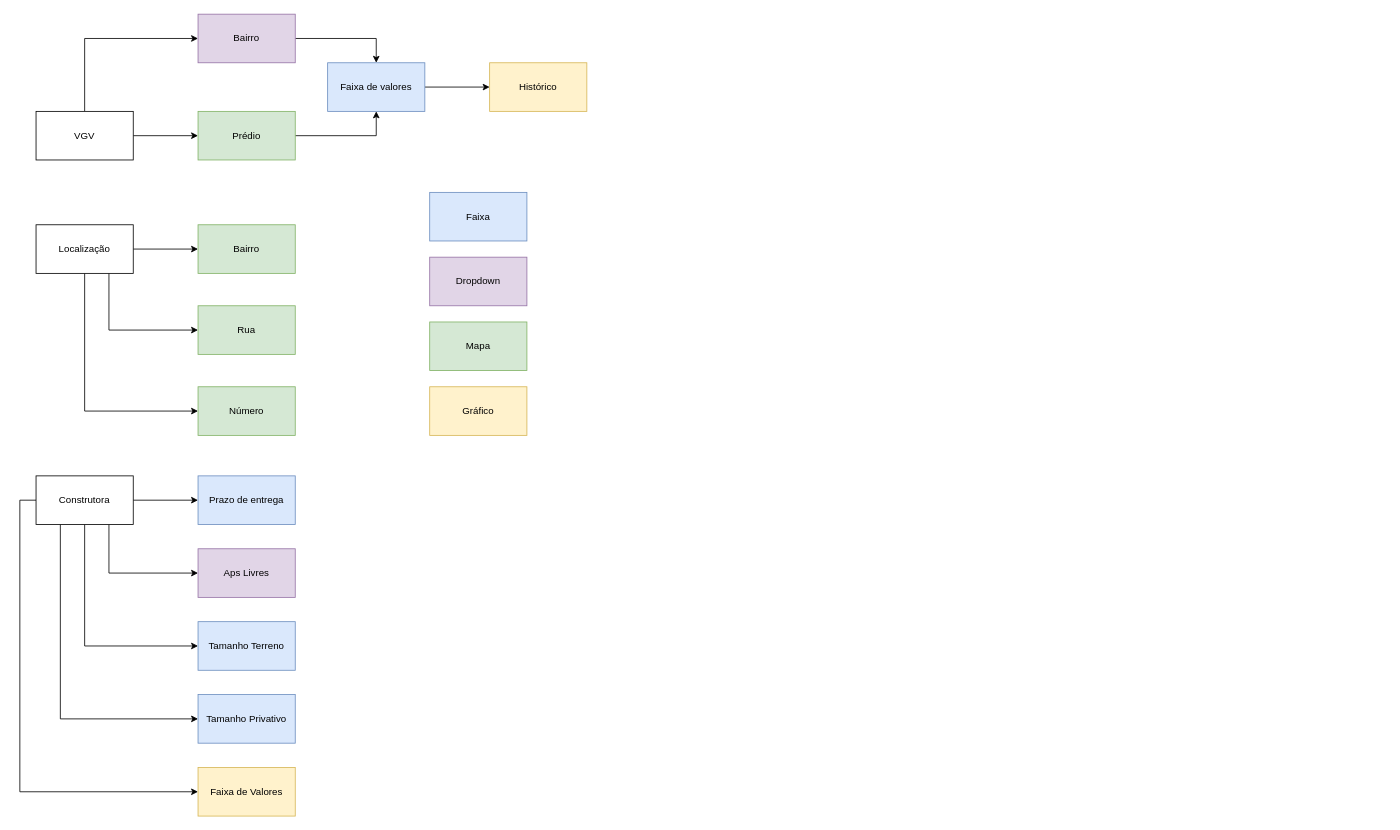
The draw.io diagram Diagrama sem nome.drawio in gabriel-kasten/Acto, before the edit. Source tidied: cells renumbered, new cells numbered last; positions are measured from the earlier drawing's top-left corner, leaving out a move shared by most shapes. Both pictures are drawn from the tidied source at 81%, with x=0, y=0 at pixel (36, 14).
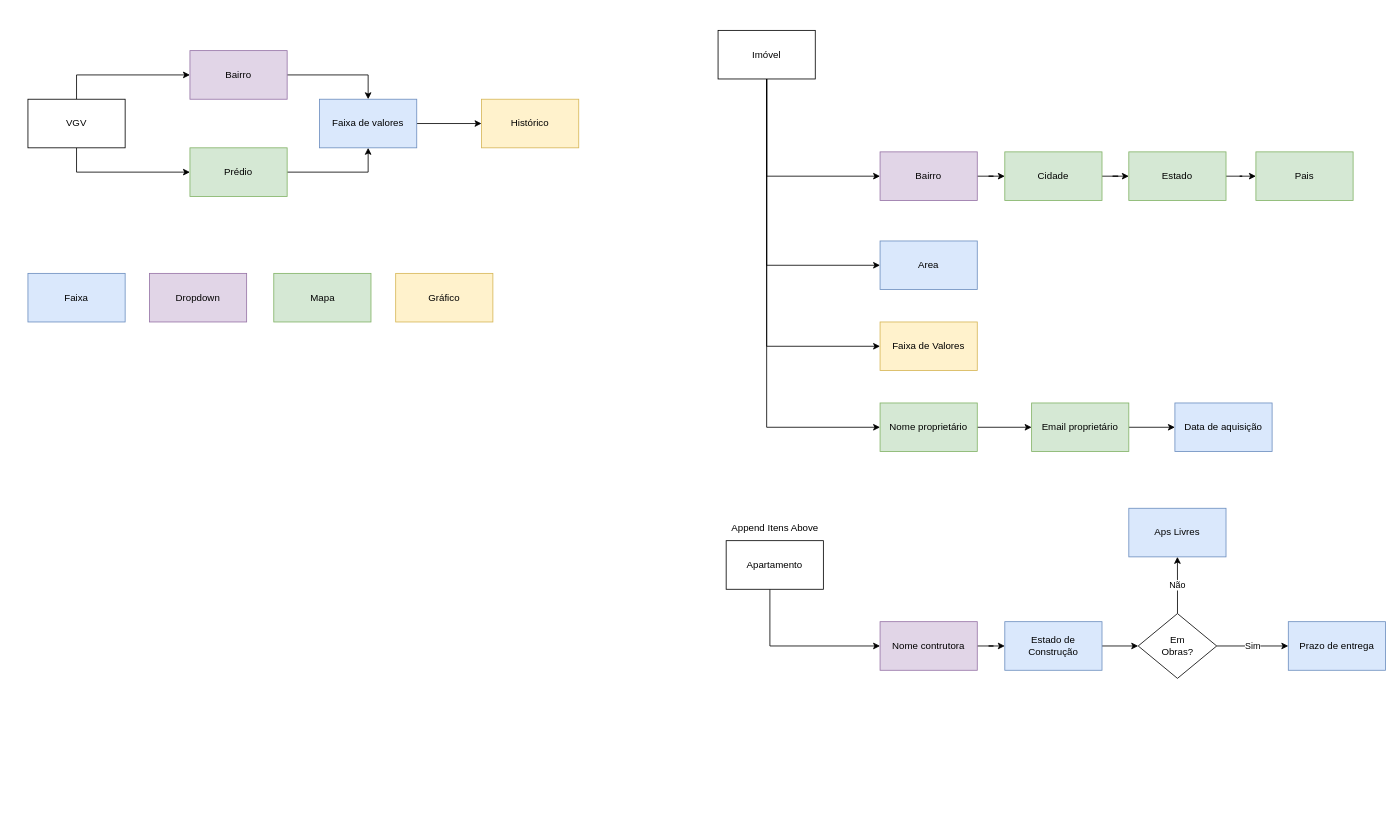
The same diagram, later.

The edit, as a diff of the source:
```diff
@@
-    <mxCell id="2" style="edgeStyle=orthogonalEdgeStyle;rounded=0;jettySize=auto;html=1;" parent="1" edge="1" source="4" target="6">
+    <mxCell id="2" style="edgeStyle=orthogonalEdgeStyle;rounded=0;jettySize=auto;html=1;exitX=0.5;exitY=1;exitDx=0;exitDy=0;" parent="1" edge="1" source="4" target="6">
       <mxGeometry relative="1" as="geometry" />
     </mxCell>
     <mxCell id="3" style="edgeStyle=orthogonalEdgeStyle;rounded=0;jettySize=auto;html=1;entryX=0;entryY=0.5;entryDx=0;entryDy=0;" parent="1" edge="1" source="4" target="8">
       <mxGeometry relative="1" as="geometry">
         <Array as="points">
-          <mxPoint x="60" y="30" />
+          <mxPoint x="50" y="75" />
         </Array>
       </mxGeometry>
     </mxCell>
     <mxCell id="4" value="VGV" style="rounded=0;whiteSpace=wrap;html=1;" parent="1" vertex="1">
-      <mxGeometry y="120" width="120" height="60" as="geometry" />
+      <mxGeometry x="-10" y="105" width="120" height="60" as="geometry" />
     </mxCell>
@@
     <mxCell id="6" value="Prédio" style="rounded=0;whiteSpace=wrap;html=1;fillColor=#d5e8d4;strokeColor=#82b366;" parent="1" vertex="1">
-      <mxGeometry x="200" y="120" width="120" height="60" as="geometry" />
+      <mxGeometry x="190" y="165" width="120" height="60" as="geometry" />
     </mxCell>
@@
     <mxCell id="8" value="Bairro" style="rounded=0;whiteSpace=wrap;html=1;fillColor=#e1d5e7;strokeColor=#9673a6;" parent="1" vertex="1">
-      <mxGeometry x="200" width="120" height="60" as="geometry" />
+      <mxGeometry x="190" y="45" width="120" height="60" as="geometry" />
     </mxCell>
-    <mxCell id="9" style="edgeStyle=orthogonalEdgeStyle;rounded=0;jettySize=auto;html=1;" parent="1" edge="1" source="12" target="13">
-      <mxGeometry relative="1" as="geometry" />
+    <mxCell id="9" style="edgeStyle=orthogonalEdgeStyle;rounded=0;jettySize=auto;html=1;exitX=0.5;exitY=1;exitDx=0;exitDy=0;" parent="1" edge="1" source="12" target="13">
+      <mxGeometry relative="1" as="geometry">
+        <Array as="points">
+          <mxPoint x="902" y="200" />
+        </Array>
+      </mxGeometry>
     </mxCell>
-    <mxCell id="10" style="edgeStyle=orthogonalEdgeStyle;rounded=0;jettySize=auto;html=1;exitX=0.75;exitY=1;exitDx=0;exitDy=0;entryX=0;entryY=0.5;entryDx=0;entryDy=0;" parent="1" edge="1" source="12" target="14">
-      <mxGeometry relative="1" as="geometry" />
-    </mxCell>
-    <mxCell id="11" style="edgeStyle=orthogonalEdgeStyle;rounded=0;jettySize=auto;html=1;exitX=0.5;exitY=1;exitDx=0;exitDy=0;entryX=0;entryY=0.5;entryDx=0;entryDy=0;" parent="1" edge="1" source="12" target="15">
-      <mxGeometry relative="1" as="geometry" />
-    </mxCell>
+    <mxCell id="34" style="edgeStyle=orthogonalEdgeStyle;rounded=0;jettySize=auto;html=1;exitX=0.5;exitY=1;exitDx=0;exitDy=0;entryX=0;entryY=0.5;entryDx=0;entryDy=0;" parent="1" edge="1" source="12" target="38">
+      <mxGeometry relative="1" as="geometry" />
+    </mxCell>
+    <mxCell id="35" style="edgeStyle=orthogonalEdgeStyle;rounded=0;jettySize=auto;html=1;exitX=0.5;exitY=1;exitDx=0;exitDy=0;entryX=0;entryY=0.5;entryDx=0;entryDy=0;" parent="1" edge="1" source="12" target="28">
+      <mxGeometry relative="1" as="geometry" />
+    </mxCell>
+    <mxCell id="36" style="edgeStyle=orthogonalEdgeStyle;rounded=0;jettySize=auto;html=1;exitX=0.5;exitY=1;exitDx=0;exitDy=0;entryX=0;entryY=0.5;entryDx=0;entryDy=0;" parent="1" edge="1" source="12" target="40">
+      <mxGeometry relative="1" as="geometry" />
+    </mxCell>
-    <mxCell id="12" value="Localização" style="rounded=0;whiteSpace=wrap;html=1;" parent="1" vertex="1">
-      <mxGeometry y="260" width="120" height="60" as="geometry" />
+    <mxCell id="12" value="Imóvel" style="rounded=0;whiteSpace=wrap;html=1;" parent="1" vertex="1">
+      <mxGeometry x="842" y="20" width="120" height="60" as="geometry" />
     </mxCell>
+    <mxCell id="37" style="edgeStyle=orthogonalEdgeStyle;rounded=0;jettySize=auto;html=1;" parent="1" edge="1" source="13" target="43">
+      <mxGeometry relative="1" as="geometry" />
+    </mxCell>
-    <mxCell id="13" value="Bairro" style="rounded=0;whiteSpace=wrap;html=1;fillColor=#d5e8d4;strokeColor=#82b366;" parent="1" vertex="1">
-      <mxGeometry x="200" y="260" width="120" height="60" as="geometry" />
+    <mxCell id="13" value="Bairro" style="rounded=0;whiteSpace=wrap;html=1;fillColor=#e1d5e7;strokeColor=#9673a6;" parent="1" vertex="1">
+      <mxGeometry x="1042" y="170" width="120" height="60" as="geometry" />
     </mxCell>
-    <mxCell id="14" value="Rua" style="rounded=0;whiteSpace=wrap;html=1;fillColor=#d5e8d4;strokeColor=#82b366;" parent="1" vertex="1">
-      <mxGeometry x="200" y="360" width="120" height="60" as="geometry" />
-    </mxCell>
-    <mxCell id="15" value="Número" style="rounded=0;whiteSpace=wrap;html=1;fillColor=#d5e8d4;strokeColor=#82b366;" parent="1" vertex="1">
-      <mxGeometry x="200" y="460" width="120" height="60" as="geometry" />
-    </mxCell>
@@
     <mxCell id="17" value="Faixa de valores" style="rounded=0;whiteSpace=wrap;html=1;fillColor=#dae8fc;strokeColor=#6c8ebf;" parent="1" vertex="1">
-      <mxGeometry x="360" y="60" width="120" height="60" as="geometry" />
+      <mxGeometry x="350" y="105" width="120" height="60" as="geometry" />
     </mxCell>
-    <mxCell id="18" style="edgeStyle=orthogonalEdgeStyle;rounded=0;jettySize=auto;html=1;" parent="1" edge="1" source="23" target="24">
-      <mxGeometry relative="1" as="geometry" />
-    </mxCell>
-    <mxCell id="19" style="edgeStyle=orthogonalEdgeStyle;rounded=0;jettySize=auto;html=1;exitX=0.75;exitY=1;exitDx=0;exitDy=0;entryX=0;entryY=0.5;entryDx=0;entryDy=0;" parent="1" edge="1" source="23" target="25">
-      <mxGeometry relative="1" as="geometry" />
-    </mxCell>
-    <mxCell id="20" style="edgeStyle=orthogonalEdgeStyle;rounded=0;jettySize=auto;html=1;exitX=0.5;exitY=1;exitDx=0;exitDy=0;entryX=0;entryY=0.5;entryDx=0;entryDy=0;" parent="1" edge="1" source="23" target="26">
-      <mxGeometry relative="1" as="geometry" />
-    </mxCell>
-    <mxCell id="21" style="edgeStyle=orthogonalEdgeStyle;rounded=0;jettySize=auto;html=1;exitX=0.25;exitY=1;exitDx=0;exitDy=0;entryX=0;entryY=0.5;entryDx=0;entryDy=0;" parent="1" edge="1" source="23" target="27">
-      <mxGeometry relative="1" as="geometry" />
-    </mxCell>
-    <mxCell id="22" style="edgeStyle=orthogonalEdgeStyle;rounded=0;jettySize=auto;html=1;exitX=0;exitY=0.5;exitDx=0;exitDy=0;entryX=0;entryY=0.5;entryDx=0;entryDy=0;" parent="1" edge="1" source="23" target="28">
-      <mxGeometry relative="1" as="geometry" />
-    </mxCell>
-    <mxCell id="23" value="Construtora" style="rounded=0;whiteSpace=wrap;html=1;" parent="1" vertex="1">
-      <mxGeometry y="570" width="120" height="60" as="geometry" />
-    </mxCell>
-    <mxCell id="24" value="Prazo de entrega" style="rounded=0;whiteSpace=wrap;html=1;fillColor=#dae8fc;strokeColor=#6c8ebf;" parent="1" vertex="1">
-      <mxGeometry x="200" y="570" width="120" height="60" as="geometry" />
-    </mxCell>
-    <mxCell id="25" value="Aps Livres" style="rounded=0;whiteSpace=wrap;html=1;fillColor=#e1d5e7;strokeColor=#9673a6;" parent="1" vertex="1">
-      <mxGeometry x="200" y="660" width="120" height="60" as="geometry" />
-    </mxCell>
-    <mxCell id="26" value="Tamanho Terreno" style="rounded=0;whiteSpace=wrap;html=1;fillColor=#dae8fc;strokeColor=#6c8ebf;" parent="1" vertex="1">
-      <mxGeometry x="200" y="750" width="120" height="60" as="geometry" />
-    </mxCell>
-    <mxCell id="27" value="Tamanho Privativo" style="rounded=0;whiteSpace=wrap;html=1;fillColor=#dae8fc;strokeColor=#6c8ebf;" parent="1" vertex="1">
-      <mxGeometry x="200" y="840" width="120" height="60" as="geometry" />
-    </mxCell>
-    <mxCell id="28" value="Faixa de Valores" style="rounded=0;whiteSpace=wrap;html=1;fillColor=#fff2cc;strokeColor=#d6b656;" parent="1" vertex="1">
-      <mxGeometry x="200" y="930" width="120" height="60" as="geometry" />
-    </mxCell>
     <mxCell id="29" value="Histórico" style="rounded=0;whiteSpace=wrap;html=1;fillColor=#fff2cc;strokeColor=#d6b656;" parent="1" vertex="1">
-      <mxGeometry x="560" y="60" width="120" height="60" as="geometry" />
+      <mxGeometry x="550" y="105" width="120" height="60" as="geometry" />
     </mxCell>
     <mxCell id="30" value="Dropdown" style="rounded=0;whiteSpace=wrap;html=1;fillColor=#e1d5e7;strokeColor=#9673a6;" parent="1" vertex="1">
-      <mxGeometry x="486" y="300" width="120" height="60" as="geometry" />
+      <mxGeometry x="140" y="320" width="120" height="60" as="geometry" />
     </mxCell>
     <mxCell id="31" value="Mapa" style="rounded=0;whiteSpace=wrap;html=1;fillColor=#d5e8d4;strokeColor=#82b366;" parent="1" vertex="1">
-      <mxGeometry x="486" y="380" width="120" height="60" as="geometry" />
+      <mxGeometry x="293.5" y="320" width="120" height="60" as="geometry" />
     </mxCell>
     <mxCell id="32" value="Gráfico" style="rounded=0;whiteSpace=wrap;html=1;fillColor=#fff2cc;strokeColor=#d6b656;" parent="1" vertex="1">
-      <mxGeometry x="486" y="460" width="120" height="60" as="geometry" />
+      <mxGeometry x="444" y="320" width="120" height="60" as="geometry" />
     </mxCell>
     <mxCell id="33" value="Faixa" style="rounded=0;whiteSpace=wrap;html=1;fillColor=#dae8fc;strokeColor=#6c8ebf;" parent="1" vertex="1">
-      <mxGeometry x="486" y="220" width="120" height="60" as="geometry" />
+      <mxGeometry x="-10" y="320" width="120" height="60" as="geometry" />
     </mxCell>
+    <mxCell id="38" value="Area" style="rounded=0;whiteSpace=wrap;html=1;fillColor=#dae8fc;strokeColor=#6c8ebf;" parent="1" vertex="1">
+      <mxGeometry x="1042" y="280" width="120" height="60" as="geometry" />
+    </mxCell>
+    <mxCell id="28" value="Faixa de Valores" style="rounded=0;whiteSpace=wrap;html=1;fillColor=#fff2cc;strokeColor=#d6b656;" parent="1" vertex="1">
+      <mxGeometry x="1042" y="380" width="120" height="60" as="geometry" />
+    </mxCell>
+    <mxCell id="39" style="edgeStyle=orthogonalEdgeStyle;rounded=0;jettySize=auto;html=1;" parent="1" edge="1" source="40" target="48">
+      <mxGeometry relative="1" as="geometry" />
+    </mxCell>
+    <mxCell id="40" value="Nome proprietário" style="rounded=0;whiteSpace=wrap;html=1;fillColor=#d5e8d4;strokeColor=#82b366;" parent="1" vertex="1">
+      <mxGeometry x="1042" y="480" width="120" height="60" as="geometry" />
+    </mxCell>
+    <mxCell id="41" value="Data de aquisição" style="rounded=0;whiteSpace=wrap;html=1;fillColor=#dae8fc;strokeColor=#6c8ebf;" parent="1" vertex="1">
+      <mxGeometry x="1406" y="480" width="120" height="60" as="geometry" />
+    </mxCell>
+    <mxCell id="25" value="Aps Livres" style="rounded=0;whiteSpace=wrap;html=1;fillColor=#dae8fc;strokeColor=#6c8ebf;" parent="1" vertex="1">
+      <mxGeometry x="1349.1" y="610" width="120" height="60" as="geometry" />
+    </mxCell>
+    <mxCell id="42" style="edgeStyle=orthogonalEdgeStyle;rounded=0;jettySize=auto;html=1;" parent="1" edge="1" source="43" target="45">
+      <mxGeometry relative="1" as="geometry" />
+    </mxCell>
+    <mxCell id="43" value="Cidade" style="rounded=0;whiteSpace=wrap;html=1;fillColor=#d5e8d4;strokeColor=#82b366;" parent="1" vertex="1">
+      <mxGeometry x="1196" y="170" width="120" height="60" as="geometry" />
+    </mxCell>
+    <mxCell id="44" style="edgeStyle=orthogonalEdgeStyle;rounded=0;jettySize=auto;html=1;" parent="1" edge="1" source="45" target="46">
+      <mxGeometry relative="1" as="geometry" />
+    </mxCell>
+    <mxCell id="45" value="Estado" style="rounded=0;whiteSpace=wrap;html=1;fillColor=#d5e8d4;strokeColor=#82b366;" parent="1" vertex="1">
+      <mxGeometry x="1349.1" y="170" width="120" height="60" as="geometry" />
+    </mxCell>
+    <mxCell id="46" value="Pais" style="rounded=0;whiteSpace=wrap;html=1;fillColor=#d5e8d4;strokeColor=#82b366;" parent="1" vertex="1">
+      <mxGeometry x="1506" y="170" width="120" height="60" as="geometry" />
+    </mxCell>
+    <mxCell id="47" style="edgeStyle=orthogonalEdgeStyle;rounded=0;jettySize=auto;html=1;" parent="1" edge="1" source="48" target="41">
+      <mxGeometry relative="1" as="geometry" />
+    </mxCell>
+    <mxCell id="48" value="Email proprietário" style="rounded=0;whiteSpace=wrap;html=1;fillColor=#d5e8d4;strokeColor=#82b366;" parent="1" vertex="1">
+      <mxGeometry x="1229.1" y="480" width="120" height="60" as="geometry" />
+    </mxCell>
+    <mxCell id="49" style="edgeStyle=orthogonalEdgeStyle;rounded=0;jettySize=auto;html=1;entryX=0;entryY=0.5;entryDx=0;entryDy=0;" parent="1" edge="1" source="50" target="52">
+      <mxGeometry relative="1" as="geometry">
+        <Array as="points">
+          <mxPoint x="906" y="780" />
+        </Array>
+      </mxGeometry>
+    </mxCell>
+    <mxCell id="50" value="Apartamento" style="rounded=0;whiteSpace=wrap;html=1;" parent="1" vertex="1">
+      <mxGeometry x="852" y="650" width="120" height="60" as="geometry" />
+    </mxCell>
+    <mxCell id="51" style="edgeStyle=orthogonalEdgeStyle;rounded=0;jettySize=auto;html=1;" parent="1" edge="1" source="52" target="54">
+      <mxGeometry relative="1" as="geometry" />
+    </mxCell>
+    <mxCell id="52" value="Nome contrutora" style="rounded=0;whiteSpace=wrap;html=1;fillColor=#e1d5e7;strokeColor=#9673a6;" parent="1" vertex="1">
+      <mxGeometry x="1042" y="750" width="120" height="60" as="geometry" />
+    </mxCell>
+    <mxCell id="53" style="edgeStyle=orthogonalEdgeStyle;rounded=0;jettySize=auto;html=1;" parent="1" edge="1" source="54" target="57">
+      <mxGeometry relative="1" as="geometry" />
+    </mxCell>
+    <mxCell id="54" value="Estado de&lt;br&gt;Construção" style="rounded=0;whiteSpace=wrap;html=1;fillColor=#dae8fc;strokeColor=#6c8ebf;" parent="1" vertex="1">
+      <mxGeometry x="1196" y="750" width="120" height="60" as="geometry" />
+    </mxCell>
+    <mxCell id="55" value="Sim" style="edgeStyle=orthogonalEdgeStyle;rounded=0;jettySize=auto;html=1;" parent="1" edge="1" source="57" target="24">
+      <mxGeometry relative="1" as="geometry" />
+    </mxCell>
+    <mxCell id="56" value="Não" style="edgeStyle=orthogonalEdgeStyle;rounded=0;jettySize=auto;html=1;" parent="1" edge="1" source="57" target="25">
+      <mxGeometry relative="1" as="geometry" />
+    </mxCell>
+    <mxCell id="57" value="Em&lt;br&gt;Obras?" style="rhombus;whiteSpace=wrap;html=1;" parent="1" vertex="1">
+      <mxGeometry x="1360.7" y="740" width="96.9" height="80" as="geometry" />
+    </mxCell>
+    <mxCell id="24" value="Prazo de entrega" style="rounded=0;whiteSpace=wrap;html=1;fillColor=#dae8fc;strokeColor=#6c8ebf;" parent="1" vertex="1">
+      <mxGeometry x="1546" y="750" width="120" height="60" as="geometry" />
+    </mxCell>
+    <mxCell id="58" value="Append Itens Above" style="text;html=1;align=center;verticalAlign=middle;strokeColor=none;fillColor=none;" parent="1" vertex="1">
+      <mxGeometry x="847" y="620" width="130" height="30" as="geometry" />
+    </mxCell>
```
